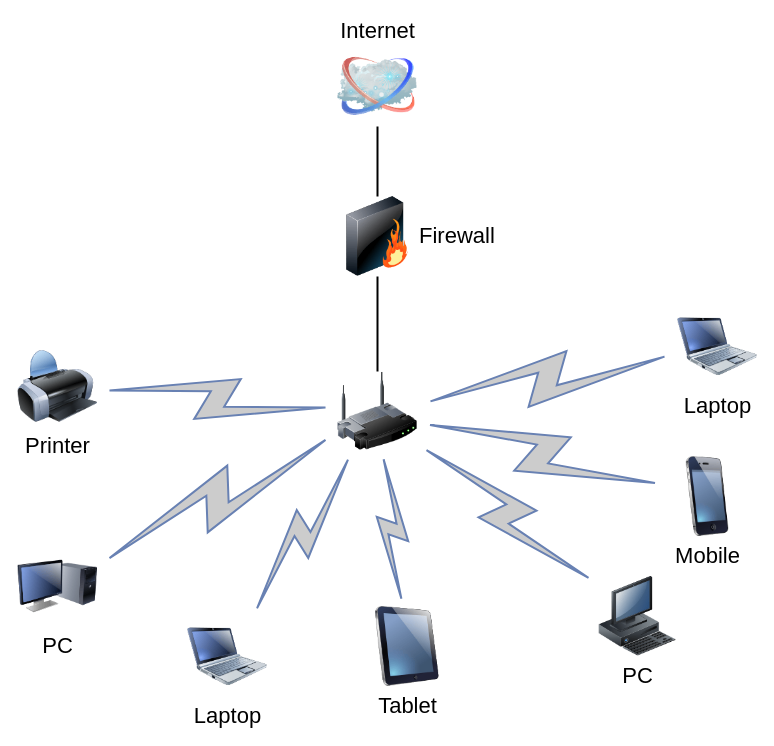
hatchy86/hatchy86 keeps this draw.io diagram as Untitled Diagram.drawio. Above is the earlier version. Source tidied: cells renumbered, new cells numbered last; positions are measured from the earlier drawing's top-left corner, leaving out a move shared by most shapes. Both pictures are drawn from the tidied source at 100%, with x=0, y=0 at pixel (17, 46).
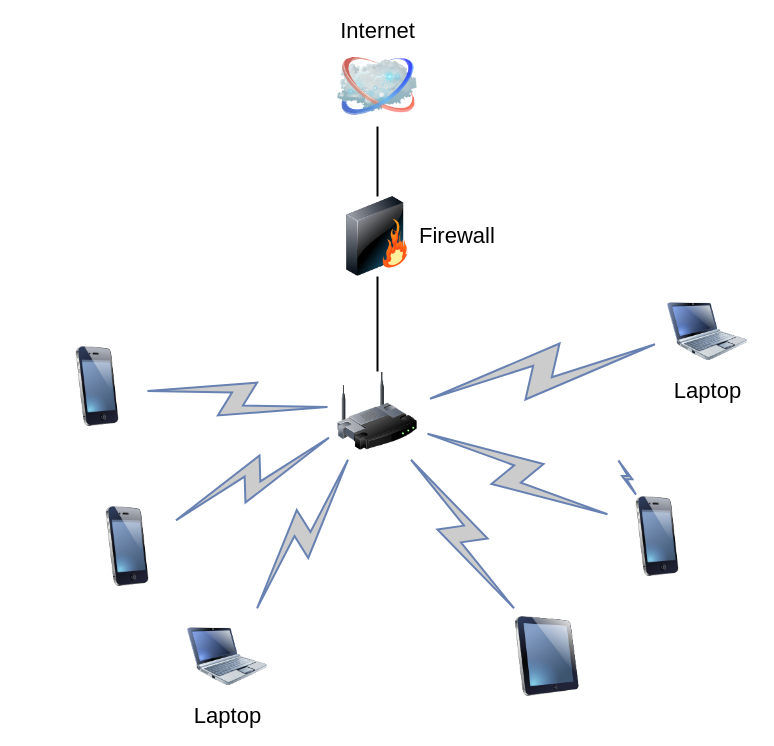
After the change.

Unchanged cells that the change refers to:
```xml
<mxCell id="3" style="image;html=1;labelBackgroundColor=#ffffff;image=img/lib/clip_art/networking/Wireless_Router_128x128.png;rounded=1;shadow=0;comic=0;strokeWidth=2;fontSize=22;" parent="1" vertex="1">
  <mxGeometry x="320" y="325" width="80" height="80" as="geometry" />
</mxCell>
```

Change to the diagram source:
```diff
@@
-    <mxCell id="7" value="Tablet" style="image;html=1;labelBackgroundColor=#ffffff;image=img/lib/clip_art/computers/iPad_128x128.png;rounded=1;shadow=0;comic=0;strokeWidth=2;fontSize=22;" parent="1" vertex="1">
-      <mxGeometry x="350" y="560" width="80" height="80" as="geometry" />
-    </mxCell>
-    <mxCell id="8" value="PC" style="image;html=1;labelBackgroundColor=#ffffff;image=img/lib/clip_art/computers/Monitor_Tower_128x128.png;rounded=1;shadow=0;comic=0;strokeWidth=2;fontSize=22;" parent="1" vertex="1">
-      <mxGeometry y="500" width="80" height="80" as="geometry" />
-    </mxCell>
-    <mxCell id="9" value="Printer" style="image;html=1;labelBackgroundColor=#ffffff;image=img/lib/clip_art/computers/Printer_128x128.png;rounded=1;shadow=0;comic=0;strokeWidth=2;fontSize=22;" parent="1" vertex="1">
-      <mxGeometry y="300" width="80" height="80" as="geometry" />
-    </mxCell>
-    <mxCell id="10" value="PC" style="image;html=1;labelBackgroundColor=#ffffff;image=img/lib/clip_art/computers/Workstation_128x128.png;rounded=1;shadow=0;comic=0;strokeWidth=2;fontSize=22;" parent="1" vertex="1">
-      <mxGeometry x="580" y="530" width="80" height="80" as="geometry" />
-    </mxCell>
-    <mxCell id="11" value="Mobile" style="image;html=1;labelBackgroundColor=#ffffff;image=img/lib/clip_art/telecommunication/iPhone_128x128.png;rounded=1;shadow=0;comic=0;strokeWidth=2;fontSize=22;" parent="1" vertex="1">
-      <mxGeometry x="650" y="410" width="80" height="80" as="geometry" />
-    </mxCell>
     <mxCell id="12" value="Laptop" style="image;html=1;labelBackgroundColor=#ffffff;image=img/lib/clip_art/computers/Netbook_128x128.png;rounded=1;shadow=0;comic=0;strokeColor=#000000;strokeWidth=2;fillColor=#FFFFFF;fontSize=22;fontColor=#000000;" parent="1" vertex="1">
-      <mxGeometry x="660" y="260" width="80" height="80" as="geometry" />
+      <mxGeometry x="650" y="245" width="80" height="80" as="geometry" />
     </mxCell>
@@
-    <mxCell id="14" style="html=1;fillColor=#CCCCCC;strokeColor=#6881B3;gradientColor=none;gradientDirection=north;strokeWidth=2;shape=mxgraph.networks.comm_link_edge;html=1;labelBackgroundColor=none;endArrow=none;fontFamily=Verdana;fontSize=22;fontColor=#000000;" parent="1" edge="1" source="9" target="3">
+    <mxCell id="14" style="html=1;fillColor=#CCCCCC;strokeColor=#6881B3;gradientColor=none;gradientDirection=north;strokeWidth=2;shape=mxgraph.networks.comm_link_edge;html=1;labelBackgroundColor=none;endArrow=none;fontFamily=Verdana;fontSize=22;fontColor=#000000;" parent="1" edge="1" source="24" target="3">
       <mxGeometry relative="1" as="geometry" />
     </mxCell>
-    <mxCell id="15" style="html=1;fillColor=#CCCCCC;strokeColor=#6881B3;gradientColor=none;gradientDirection=north;strokeWidth=2;shape=mxgraph.networks.comm_link_edge;html=1;labelBackgroundColor=none;endArrow=none;fontFamily=Verdana;fontSize=22;fontColor=#000000;fontStyle=1;" parent="1" edge="1" source="8" target="3">
+    <mxCell id="15" style="html=1;fillColor=#CCCCCC;strokeColor=#6881B3;gradientColor=none;gradientDirection=north;strokeWidth=2;shape=mxgraph.networks.comm_link_edge;html=1;labelBackgroundColor=none;endArrow=none;fontFamily=Verdana;fontSize=22;fontColor=#000000;fontStyle=1;" parent="1" edge="1" source="25" target="3">
       <mxGeometry relative="1" as="geometry" />
     </mxCell>
@@
-    <mxCell id="17" style="html=1;fillColor=#CCCCCC;strokeColor=#6881B3;gradientColor=none;gradientDirection=north;strokeWidth=2;shape=mxgraph.networks.comm_link_edge;html=1;labelBackgroundColor=none;endArrow=none;fontFamily=Verdana;fontSize=22;fontColor=#000000;" parent="1" edge="1" source="7" target="3">
+    <mxCell id="17" style="html=1;fillColor=#CCCCCC;strokeColor=#6881B3;gradientColor=none;gradientDirection=north;strokeWidth=2;shape=mxgraph.networks.comm_link_edge;html=1;labelBackgroundColor=none;endArrow=none;fontFamily=Verdana;fontSize=22;fontColor=#000000;" parent="1" edge="1" source="21" target="3">
       <mxGeometry relative="1" as="geometry" />
     </mxCell>
-    <mxCell id="18" style="html=1;fillColor=#CCCCCC;strokeColor=#6881B3;gradientColor=none;gradientDirection=north;strokeWidth=2;shape=mxgraph.networks.comm_link_edge;html=1;labelBackgroundColor=none;endArrow=none;fontFamily=Verdana;fontSize=22;fontColor=#000000;" parent="1" edge="1" source="10" target="3">
-      <mxGeometry relative="1" as="geometry" />
-    </mxCell>
-    <mxCell id="19" style="html=1;fillColor=#CCCCCC;strokeColor=#6881B3;gradientColor=none;gradientDirection=north;strokeWidth=2;shape=mxgraph.networks.comm_link_edge;html=1;labelBackgroundColor=none;endArrow=none;fontFamily=Verdana;fontSize=22;fontColor=#000000;" parent="1" edge="1" source="11" target="3">
+    <mxCell id="19" style="html=1;fillColor=#CCCCCC;strokeColor=#6881B3;gradientColor=none;gradientDirection=north;strokeWidth=2;shape=mxgraph.networks.comm_link_edge;html=1;labelBackgroundColor=none;endArrow=none;fontFamily=Verdana;fontSize=22;fontColor=#000000;" parent="1" edge="1" source="23" target="3">
       <mxGeometry relative="1" as="geometry" />
     </mxCell>
@@
+    <mxCell id="21" style="image;html=1;image=img/lib/clip_art/computers/iPad_128x128.png;" parent="1" vertex="1">
+      <mxGeometry x="490" y="570" width="80" height="80" as="geometry" />
+    </mxCell>
+    <mxCell id="22" style="html=1;fillColor=#CCCCCC;strokeColor=#6881B3;gradientColor=none;gradientDirection=north;strokeWidth=2;shape=mxgraph.networks.comm_link_edge;html=1;labelBackgroundColor=none;endArrow=none;fontFamily=Verdana;fontSize=22;fontColor=#000000;" parent="1" edge="1" target="23">
+      <mxGeometry relative="1" as="geometry">
+        <mxPoint x="600" y="412.1" as="sourcePoint" />
+      </mxGeometry>
+    </mxCell>
+    <mxCell id="23" style="image;html=1;image=img/lib/clip_art/telecommunication/iPhone_128x128.png;" parent="1" vertex="1">
+      <mxGeometry x="600" y="450" width="80" height="80" as="geometry" />
+    </mxCell>
+    <mxCell id="24" style="image;html=1;image=img/lib/clip_art/telecommunication/iPhone_128x128.png;" parent="1" vertex="1">
+      <mxGeometry x="40" y="300" width="80" height="80" as="geometry" />
+    </mxCell>
+    <mxCell id="25" style="image;html=1;image=img/lib/clip_art/telecommunication/iPhone_128x128.png;" parent="1" vertex="1">
+      <mxGeometry x="70" y="460" width="80" height="80" as="geometry" />
+    </mxCell>
```
